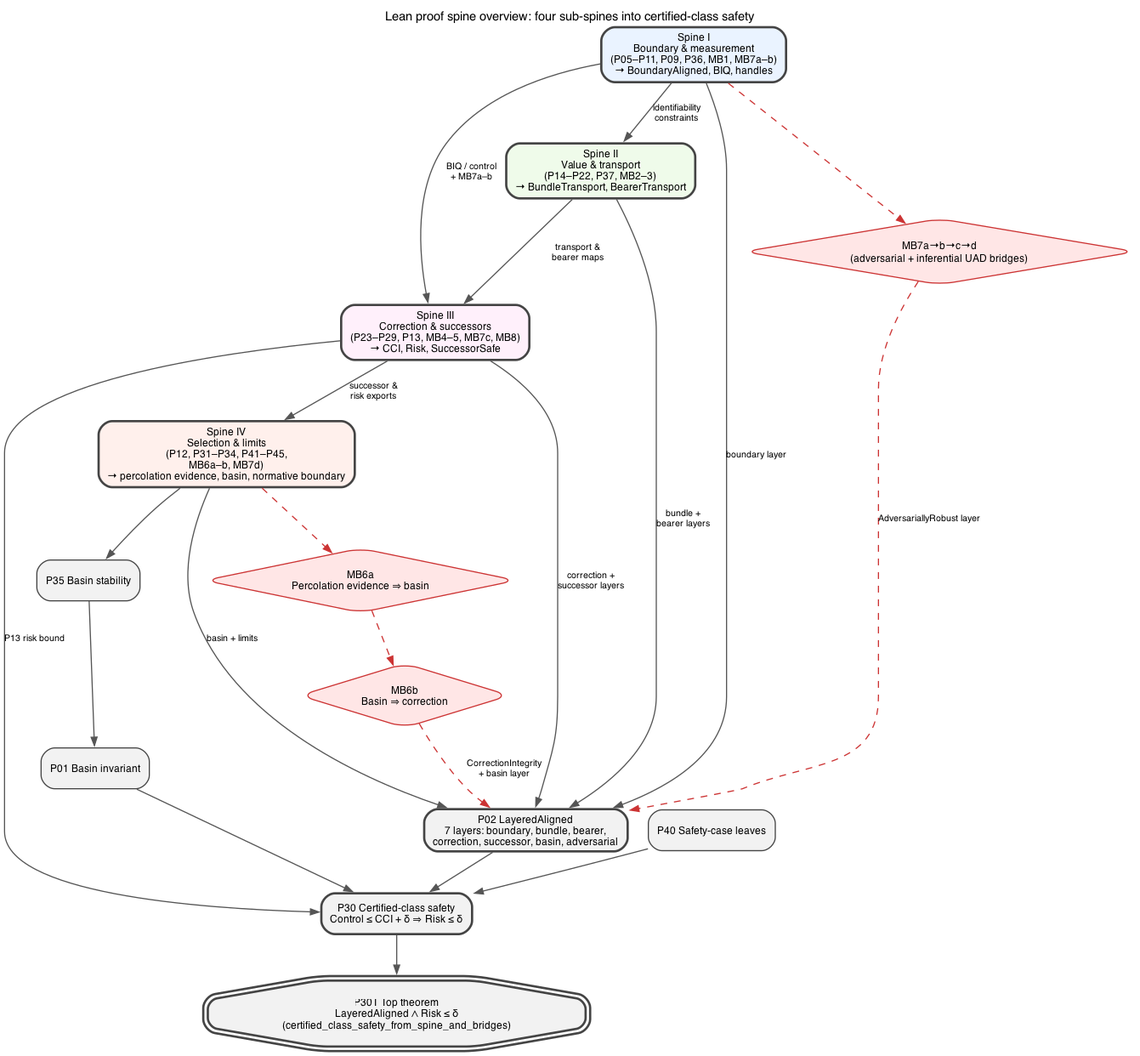
Above: figures/lean_proof/00-overview.png in GunnarZarncke/towards-asi-alignment (Graphviz), before the change. Its source is kept beside it as context/lean_proof_graphs/00-overview.dot.
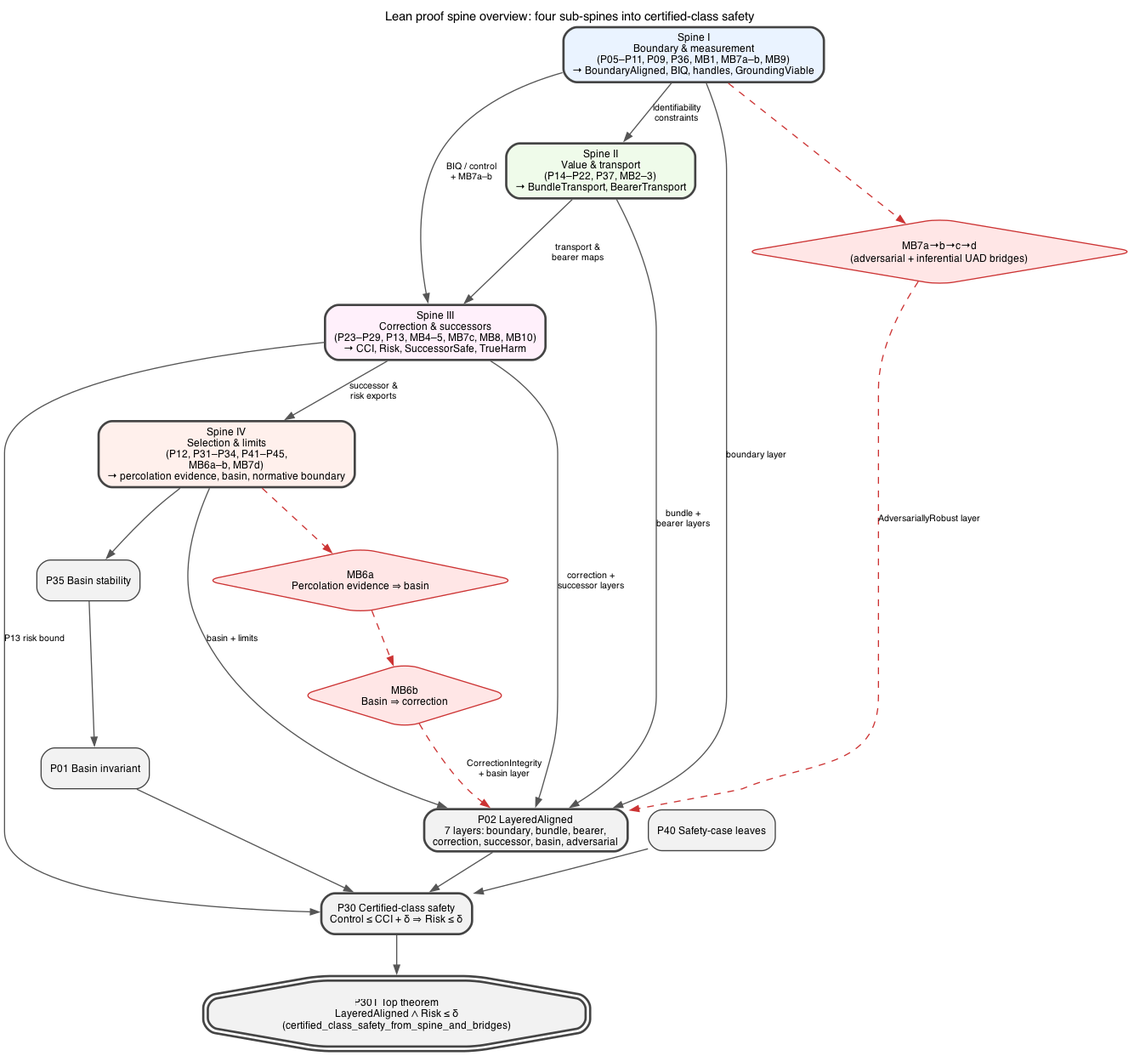
Later version of the same file.

The edit, as a diff of the source:
```diff
@@ -12,11 +12,11 @@
   node [shape=box, style="rounded,filled", fontname="Helvetica", fontsize=9, color="#444444"];
   edge [fontname="Helvetica", fontsize=8, color="#555555", arrowsize=0.75];
 
-  S1 [label="Spine I\nBoundary & measurement\n(P05–P11, P09, P36, MB1, MB7a–b)\n→ BoundaryAligned, BIQ, handles",
+  S1 [label="Spine I\nBoundary & measurement\n(P05–P11, P09, P36, MB1, MB7a–b, MB9)\n→ BoundaryAligned, BIQ, handles, GroundingViable",
       fillcolor="#EAF3FF", penwidth=2];
   S2 [label="Spine II\nValue & transport\n(P14–P22, P37, MB2–3)\n→ BundleTransport, BearerTransport",
       fillcolor="#EFFBEA", penwidth=2];
-  S3 [label="Spine III\nCorrection & successors\n(P23–P29, P13, MB4–5, MB7c, MB8)\n→ CCI, Risk, SuccessorSafe",
+  S3 [label="Spine III\nCorrection & successors\n(P23–P29, P13, MB4–5, MB7c, MB8, MB10)\n→ CCI, Risk, SuccessorSafe, TrueHarm",
       fillcolor="#FFF0FB", penwidth=2];
   S4 [label="Spine IV\nSelection & limits\n(P12, P31–P34, P41–P45,\nMB6a–b, MB7d)\n→ percolation evidence, basin, normative boundary",
       fillcolor="#FFF0EC", penwidth=2];
```
